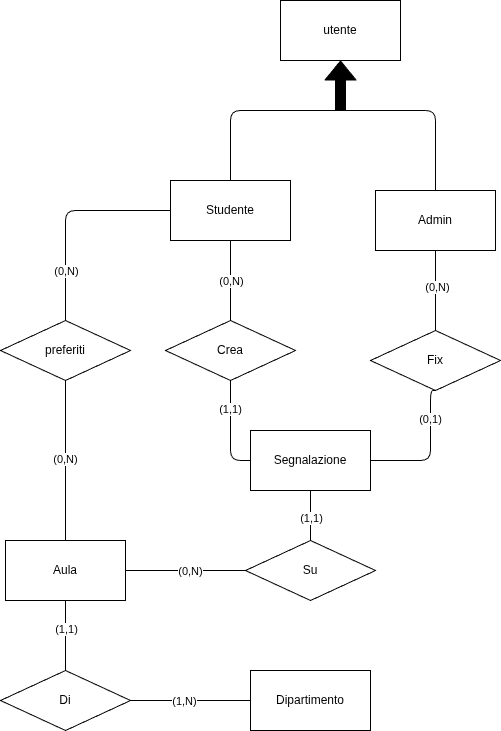
LukeSlongo/progetto_tecweb keeps this draw.io diagram as docs/Schemi/schema.drawio.png. Above is the earlier version. Source tidied: cells renumbered, new cells last; positions are measured from the earlier drawing's top-left corner, leaving out a move shared by most shapes.
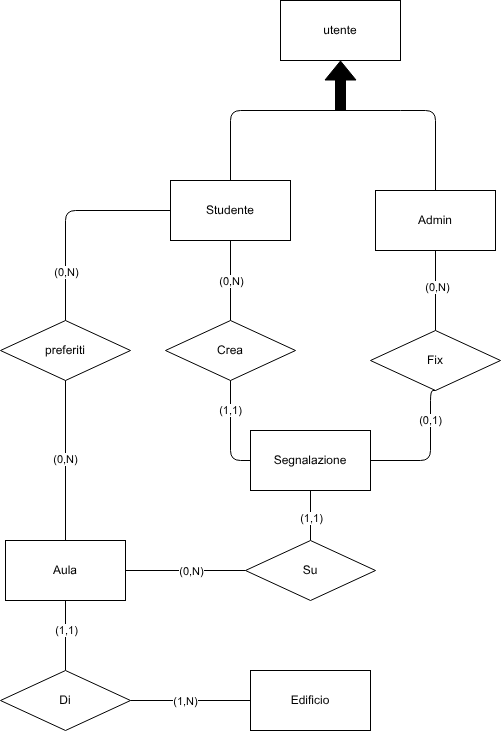
After the commit.

What changed in the source:
```diff
@@ -127,7 +127,7 @@
     <mxCell id="34" value="(1,N)" style="edgeLabel;html=1;align=center;verticalAlign=middle;" parent="33" vertex="1">
       <mxGeometry x="0.1" relative="1" as="geometry" />
     </mxCell>
-    <mxCell id="35" value="Dipartimento" style="rounded=0;whiteSpace=wrap;html=1;" parent="1" vertex="1">
+    <mxCell id="35" value="Edificio" style="rounded=0;whiteSpace=wrap;html=1;" parent="1" vertex="1">
       <mxGeometry x="250" y="670" width="120" height="60" as="geometry" />
     </mxCell>
   </root>
```
